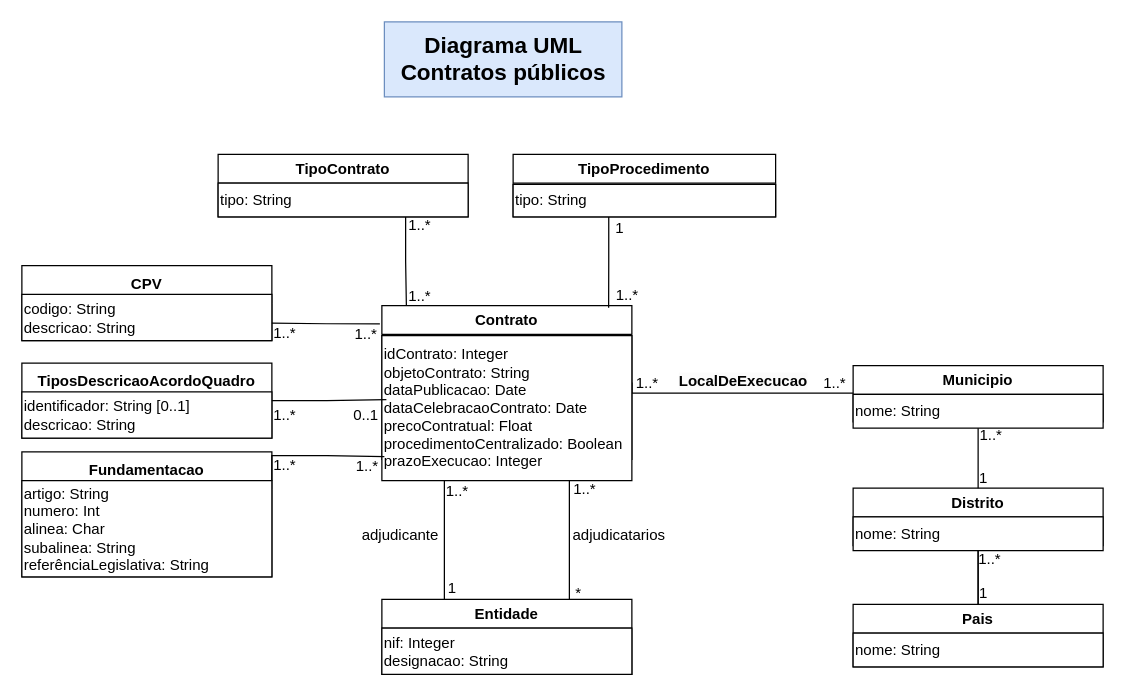
bzabot/public-contracts-db keeps this draw.io diagram as uml/UMLfinalfundamentacao.drawio. Above is the earlier version. Source tidied: cells renumbered, new cells numbered last; positions are measured from the earlier drawing's top-left corner, leaving out a move shared by most shapes. Both pictures are drawn from the tidied source at 125%, with x=0, y=0 at pixel (21, 21).
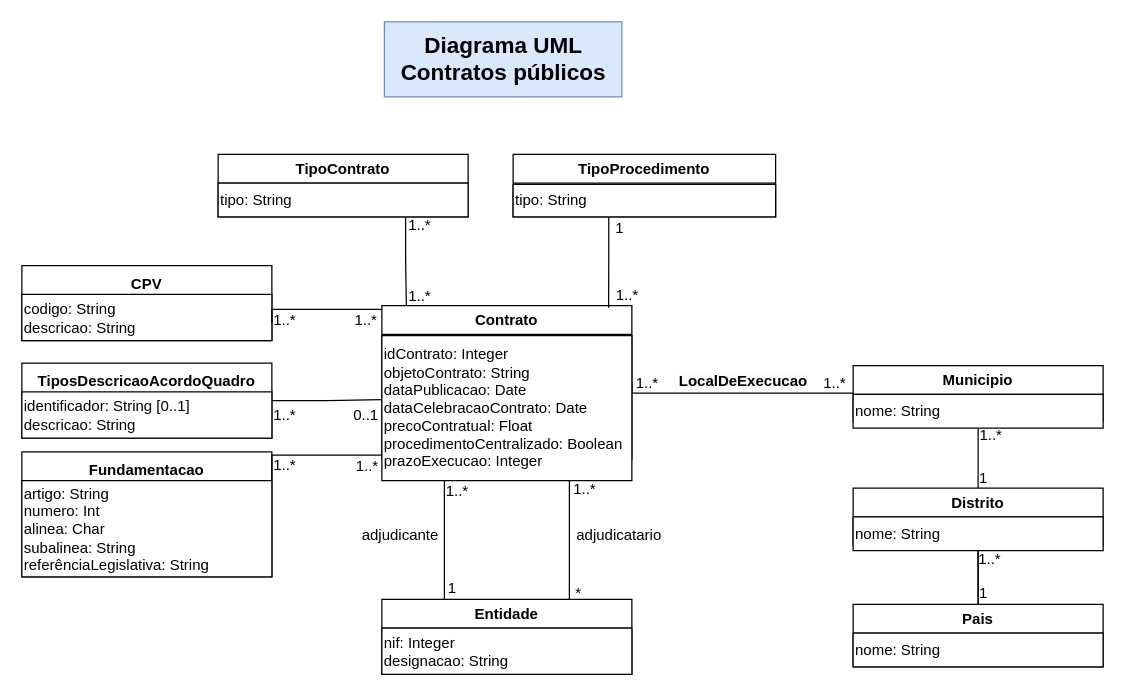
The same diagram, later.

Unchanged cells that the change refers to:
```xml
<mxCell id="3" value="Contrato" style="swimlane;whiteSpace=wrap;html=1;align=center;" parent="1" vertex="1">
  <mxGeometry x="288" y="227" width="200" height="123" as="geometry" />
</mxCell>
<mxCell id="4" value="&lt;div style=&quot;text-align: justify;&quot;&gt;idContrato: Integer&lt;/div&gt;&lt;div style=&quot;text-align: justify;&quot;&gt;objetoContrato:&amp;nbsp;String&lt;/div&gt;&lt;div style=&quot;text-align: justify;&quot;&gt;dataPublicacao: Date&lt;/div&gt;&lt;div style=&quot;text-align: justify;&quot;&gt;dataCelebracaoContrato: Date&lt;/div&gt;&lt;div style=&quot;text-align: justify;&quot;&gt;precoContratual: Float&lt;/div&gt;&lt;div style=&quot;text-align: justify;&quot;&gt;procedimentoCentralizado: Boolean&lt;/div&gt;&lt;div style=&quot;text-align: justify;&quot;&gt;&lt;span style=&quot;text-align: left;&quot;&gt;prazoExecucao:&amp;nbsp;&lt;/span&gt;&lt;span style=&quot;background-color: initial; text-align: left;&quot;&gt;Integer&lt;/span&gt;&lt;/div&gt;" style="whiteSpace=wrap;html=1;align=left;" parent="3" vertex="1">
  <mxGeometry y="24" width="200" height="116" as="geometry" />
</mxCell>
<mxCell id="19" value="TiposDescricaoAcordoQuadro" style="swimlane;whiteSpace=wrap;html=1;startSize=30;align=center;" parent="1" vertex="1">
  <mxGeometry y="273" width="200" height="60" as="geometry" />
</mxCell>
<mxCell id="53" value="artigo: String&lt;div&gt;numero: Int&lt;br&gt;&lt;div&gt;alinea: Char&lt;/div&gt;&lt;div&gt;subalinea: String&lt;/div&gt;&lt;div&gt;referênciaLegislativa: String&lt;/div&gt;&lt;/div&gt;" style="whiteSpace=wrap;html=1;align=left;" parent="52" vertex="1">
  <mxGeometry y="23" width="200" height="77" as="geometry" />
</mxCell>
```

What changed in the source:
```diff
@@
-    <mxCell id="12" value="adjudicatarios" style="text;html=1;align=center;verticalAlign=middle;whiteSpace=wrap;rounded=0;" parent="1" vertex="1">
+    <mxCell id="12" value="adjudicatario" style="text;html=1;align=center;verticalAlign=middle;whiteSpace=wrap;rounded=0;" parent="1" vertex="1">
       <mxGeometry x="448" y="396" width="60" height="30" as="geometry" />
     </mxCell>
@@
-    <mxCell id="37" style="edgeStyle=orthogonalEdgeStyle;rounded=0;orthogonalLoop=1;jettySize=auto;html=1;exitX=1;exitY=0.5;exitDx=0;exitDy=0;entryX=-0.008;entryY=0.116;entryDx=0;entryDy=0;entryPerimeter=0;endArrow=none;endFill=0;" parent="1" edge="1">
+    <mxCell id="37" style="edgeStyle=orthogonalEdgeStyle;rounded=0;jettySize=auto;html=1;exitX=1;exitY=0.5;exitDx=0;exitDy=0;entryX=0;entryY=0.026;entryDx=0;entryDy=0;entryPerimeter=0;endArrow=none;endFill=0;" parent="1" edge="1" target="3">
       <mxGeometry relative="1" as="geometry">
         <mxPoint x="200" y="241" as="sourcePoint" />
-        <mxPoint x="286.4" y="241.6" as="targetPoint" />
+        <Array as="points">
+          <mxPoint x="200" y="230" />
+          <mxPoint x="286" y="230" />
+        </Array>
       </mxGeometry>
     </mxCell>
@@
     <mxCell id="41" value="1..*" style="text;html=1;align=center;verticalAlign=middle;strokeColor=none;fillColor=none;" parent="1" vertex="1">
-      <mxGeometry x="255" y="235" width="40" height="30" as="geometry" />
+      <mxGeometry x="255" y="224" width="40" height="30" as="geometry" />
     </mxCell>
     <mxCell id="42" value="1..*" style="text;html=1;align=center;verticalAlign=middle;strokeColor=none;fillColor=none;" parent="1" vertex="1">
-      <mxGeometry x="190" y="234" width="40" height="30" as="geometry" />
+      <mxGeometry x="190" y="224" width="40" height="30" as="geometry" />
     </mxCell>
@@
-    <mxCell id="51" style="edgeStyle=orthogonalEdgeStyle;rounded=0;jettySize=auto;html=1;exitX=1;exitY=0.5;exitDx=0;exitDy=0;entryX=0.018;entryY=0.442;entryDx=0;entryDy=0;entryPerimeter=0;endArrow=none;endFill=0;" parent="1" edge="1" source="19" target="4">
+    <mxCell id="51" style="edgeStyle=orthogonalEdgeStyle;rounded=0;jettySize=auto;html=1;exitX=1;exitY=0.5;exitDx=0;exitDy=0;entryX=0;entryY=0.442;entryDx=0;entryDy=0;entryPerimeter=0;endArrow=none;endFill=0;" parent="1" edge="1" source="19" target="4">
       <mxGeometry relative="1" as="geometry" />
     </mxCell>
@@
-    <mxCell id="56" style="edgeStyle=orthogonalEdgeStyle;rounded=0;jettySize=auto;html=1;exitX=1;exitY=0;exitDx=0;exitDy=0;entryX=0.01;entryY=0.835;entryDx=0;entryDy=0;entryPerimeter=0;endArrow=none;endFill=0;" parent="1" edge="1" source="53" target="4">
+    <mxCell id="56" style="edgeStyle=orthogonalEdgeStyle;rounded=0;jettySize=auto;html=1;exitX=1;exitY=0;exitDx=0;exitDy=0;entryX=-0.001;entryY=0.824;entryDx=0;entryDy=0;entryPerimeter=0;endArrow=none;endFill=0;" parent="1" edge="1" source="53" target="4">
       <mxGeometry relative="1" as="geometry" />
     </mxCell>
```
